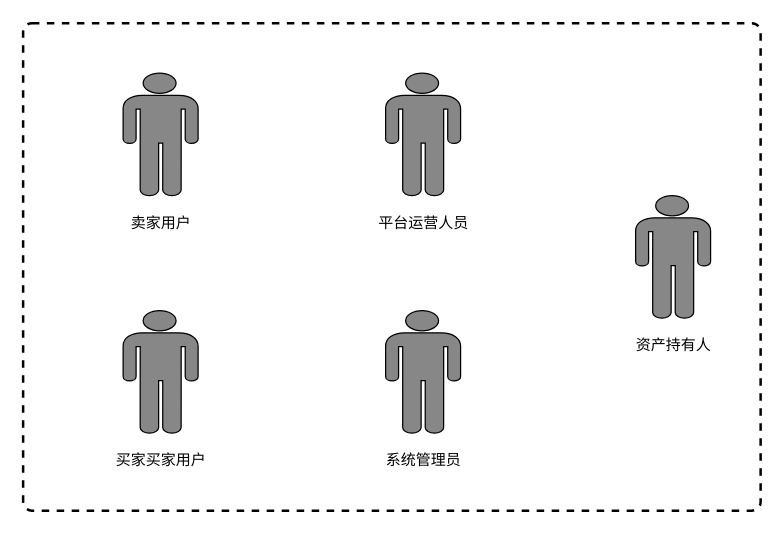
The draw.io diagram 业务参与者.drawio in xiaoxijin/pay, before the edit. Source tidied: cells renumbered, new cells numbered last; positions are measured from the earlier drawing's top-left corner, leaving out a move shared by most shapes. Both pictures are drawn from the tidied source at 125%, with x=0, y=0 at pixel (22, 22).
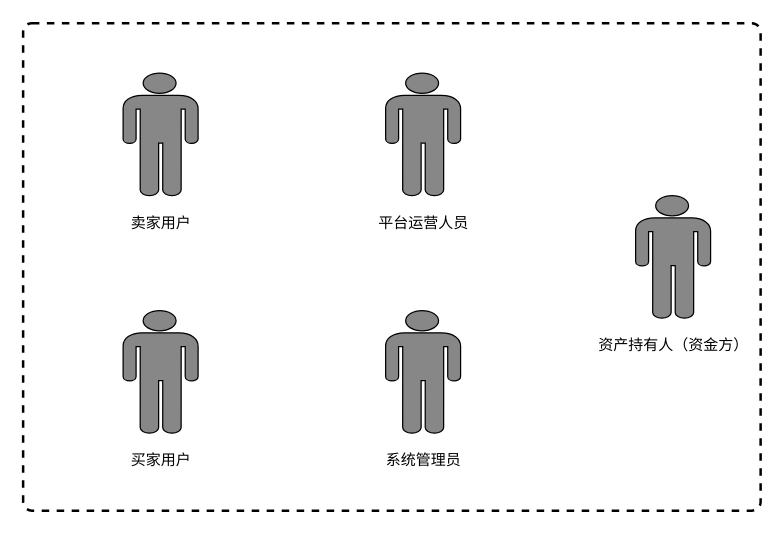
The same diagram, later.

Commit message:
业务参与者优化

What changed in the source:
```diff
@@
 <mxGraphModel>
   <root>
     <mxCell id="0" />
     <mxCell id="1" parent="0" />
     <mxCell id="2" style="rounded=1;whiteSpace=wrap;html=1;absoluteArcSize=1;arcSize=14;strokeWidth=2;dashed=1;" parent="1" vertex="1">
       <mxGeometry width="590" height="390" as="geometry" />
     </mxCell>
     <mxCell id="3" style="shape=mxgraph.signs.people.man_1;html=1;fillColor=#878787;strokeColor=#000000;verticalLabelPosition=bottom;verticalAlign=top;align=center;" parent="1" vertex="1">
       <mxGeometry x="80" y="40" width="60" height="98" as="geometry" />
     </mxCell>
     <mxCell id="4" value="卖家用户" style="text;html=1;align=center;verticalAlign=middle;" parent="1" vertex="1">
       <mxGeometry x="80" y="150" width="60" height="20" as="geometry" />
     </mxCell>
     <mxCell id="5" style="shape=mxgraph.signs.people.man_1;html=1;fillColor=#878787;strokeColor=#000000;verticalLabelPosition=bottom;verticalAlign=top;align=center;" parent="1" vertex="1">
       <mxGeometry x="290" y="40" width="60" height="98" as="geometry" />
     </mxCell>
     <mxCell id="6" value="平台运营人员" style="text;html=1;align=center;verticalAlign=middle;" parent="1" vertex="1">
       <mxGeometry x="275" y="150" width="90" height="20" as="geometry" />
     </mxCell>
     <mxCell id="7" style="shape=mxgraph.signs.people.man_1;html=1;fillColor=#878787;strokeColor=#000000;verticalLabelPosition=bottom;verticalAlign=top;align=center;" parent="1" vertex="1">
       <mxGeometry x="80" y="230" width="60" height="98" as="geometry" />
     </mxCell>
-    <mxCell id="8" value="买家买家用户" style="text;html=1;align=center;verticalAlign=middle;" parent="1" vertex="1">
-      <mxGeometry x="65" y="340" width="90" height="20" as="geometry" />
+    <mxCell id="8" value="买家用户" style="text;html=1;align=center;verticalAlign=middle;" parent="1" vertex="1">
+      <mxGeometry x="80" y="340" width="60" height="20" as="geometry" />
     </mxCell>
     <mxCell id="9" style="shape=mxgraph.signs.people.man_1;html=1;fillColor=#878787;strokeColor=#000000;verticalLabelPosition=bottom;verticalAlign=top;align=center;" parent="1" vertex="1">
       <mxGeometry x="290" y="230" width="60" height="98" as="geometry" />
     </mxCell>
     <mxCell id="10" value="系统管理员" style="text;html=1;align=center;verticalAlign=middle;" parent="1" vertex="1">
       <mxGeometry x="280" y="340" width="80" height="20" as="geometry" />
     </mxCell>
     <mxCell id="11" style="shape=mxgraph.signs.people.man_1;html=1;fillColor=#878787;strokeColor=#000000;verticalLabelPosition=bottom;verticalAlign=top;align=center;" parent="1" vertex="1">
       <mxGeometry x="490" y="138" width="60" height="98" as="geometry" />
     </mxCell>
-    <mxCell id="12" value="资产持有人" style="text;html=1;align=center;verticalAlign=middle;" parent="1" vertex="1">
-      <mxGeometry x="480" y="248" width="80" height="20" as="geometry" />
+    <mxCell id="12" value="资产持有人（资金方）" style="text;html=1;align=center;verticalAlign=middle;" parent="1" vertex="1">
+      <mxGeometry x="450" y="248" width="140" height="20" as="geometry" />
     </mxCell>
   </root>
 </mxGraphModel>
```
